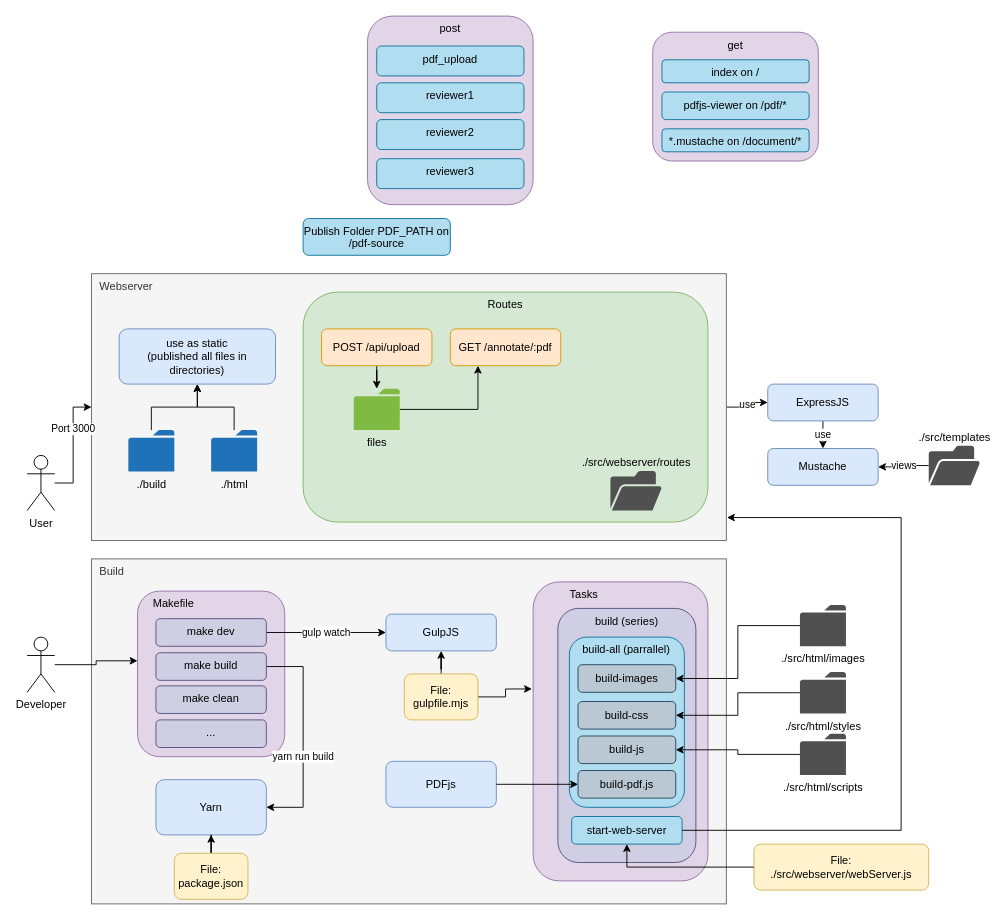
This is page "Content Server" (1 of 3) of content-server/docs/architecture.drawio from UKPLab/CARE, a draw.io file, before an edit. Source tidied: cells renumbered, new cells numbered last; positions are measured from the earlier drawing's top-left corner, leaving out a move shared by most shapes. Both pictures are drawn from the tidied source at 92%, with x=0, y=0 at pixel (27, 16).
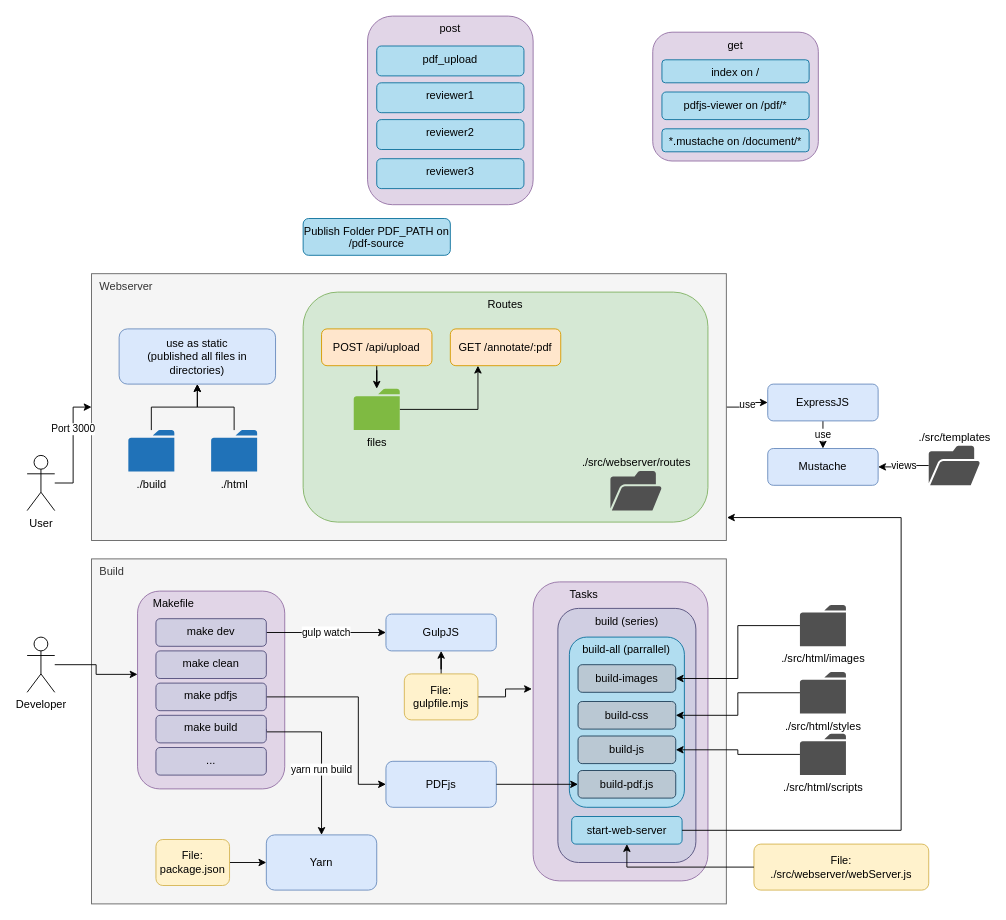
Above is the later version.

Commit message (it also covers changes not shown here):
update architecture and clarify readme

The change refers to these unchanged cells:
```xml
<mxCell id="57" value="PDFjs" style="rounded=1;whiteSpace=wrap;html=1;align=center;verticalAlign=middle;fillColor=#dae8fc;strokeColor=#6c8ebf;" parent="1" vertex="1">
  <mxGeometry x="390" y="810" width="120" height="50" as="geometry" />
</mxCell>
```

Change to the diagram source:
```diff
@@
     <mxCell id="9" value="Makefile" style="rounded=1;whiteSpace=wrap;html=1;verticalAlign=top;align=left;spacingLeft=15;fillColor=#e1d5e7;strokeColor=#9673a6;" parent="1" vertex="1">
-      <mxGeometry x="120" y="625" width="160" height="180" as="geometry" />
+      <mxGeometry x="120" y="625" width="160" height="215" as="geometry" />
     </mxCell>
@@
-    <mxCell id="12" style="edgeStyle=orthogonalEdgeStyle;rounded=0;jettySize=auto;html=1;entryX=1;entryY=0.5;entryDx=0;entryDy=0;exitX=1;exitY=0.5;exitDx=0;exitDy=0;" parent="1" edge="1" source="14" target="17">
+    <mxCell id="12" style="edgeStyle=orthogonalEdgeStyle;rounded=0;jettySize=auto;html=1;exitX=1;exitY=0.5;exitDx=0;exitDy=0;" parent="1" edge="1" source="14" target="17">
       <mxGeometry relative="1" as="geometry">
         <Array as="points">
-          <mxPoint x="300" y="707" />
-          <mxPoint x="300" y="860" />
+          <mxPoint x="260" y="778" />
+          <mxPoint x="320" y="778" />
         </Array>
       </mxGeometry>
     </mxCell>
@@
     <mxCell id="14" value="make build" style="rounded=1;whiteSpace=wrap;html=1;align=center;verticalAlign=top;fillColor=#d0cee2;strokeColor=#56517e;" parent="1" vertex="1">
-      <mxGeometry x="140" y="692" width="120" height="30" as="geometry" />
+      <mxGeometry x="140" y="760" width="120" height="30" as="geometry" />
     </mxCell>
     <mxCell id="15" value="make clean" style="rounded=1;whiteSpace=wrap;html=1;align=center;verticalAlign=top;fillColor=#d0cee2;strokeColor=#56517e;" parent="1" vertex="1">
-      <mxGeometry x="140" y="728" width="120" height="30" as="geometry" />
+      <mxGeometry x="140" y="690" width="120" height="30" as="geometry" />
     </mxCell>
@@
     <mxCell id="17" value="Yarn" style="rounded=1;whiteSpace=wrap;html=1;align=center;verticalAlign=middle;fillColor=#dae8fc;strokeColor=#6c8ebf;" parent="1" vertex="1">
-      <mxGeometry x="140" y="830" width="120" height="60" as="geometry" />
+      <mxGeometry x="260" y="890" width="120" height="60" as="geometry" />
     </mxCell>
@@
     <mxCell id="19" value="&lt;span&gt;File:&lt;br&gt;package.json&lt;/span&gt;" style="whiteSpace=wrap;html=1;rounded=1;align=center;verticalAlign=middle;fillColor=#fff2cc;strokeColor=#d6b656;" parent="1" vertex="1">
-      <mxGeometry x="160" y="910" width="80" height="50" as="geometry" />
+      <mxGeometry x="140" y="895" width="80" height="50" as="geometry" />
     </mxCell>
     <mxCell id="20" value="..." style="rounded=1;whiteSpace=wrap;html=1;align=center;verticalAlign=top;fillColor=#d0cee2;strokeColor=#56517e;" parent="1" vertex="1">
-      <mxGeometry x="140" y="765" width="120" height="30" as="geometry" />
+      <mxGeometry x="140" y="795" width="120" height="30" as="geometry" />
     </mxCell>
@@
+    <mxCell id="73" style="edgeStyle=orthogonalEdgeStyle;rounded=0;jettySize=auto;html=1;" parent="1" edge="1" source="74" target="57">
+      <mxGeometry relative="1" as="geometry">
+        <Array as="points">
+          <mxPoint x="360" y="740" />
+          <mxPoint x="360" y="835" />
+        </Array>
+      </mxGeometry>
+    </mxCell>
+    <mxCell id="74" value="make pdfjs" style="rounded=1;whiteSpace=wrap;html=1;align=center;verticalAlign=top;fillColor=#d0cee2;strokeColor=#56517e;" parent="1" vertex="1">
+      <mxGeometry x="140" y="725" width="120" height="30" as="geometry" />
+    </mxCell>
```
